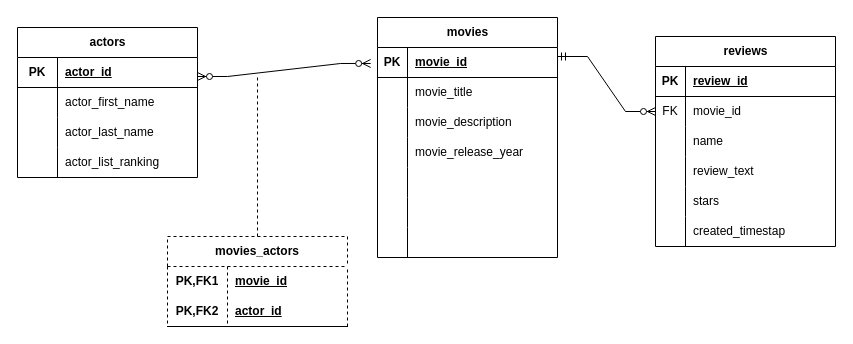
techydude9/2024-09-BE-Coding-Assignments keeps this draw.io diagram as Final Project/Ruzga BE FINAL movie db schema.drawio. Above is the earlier version. Source tidied: cells renumbered, new cells numbered last; positions are measured from the earlier drawing's top-left corner, leaving out a move shared by most shapes. Both pictures are drawn from the tidied source at 100%, with x=0, y=0 at pixel (17, 17).
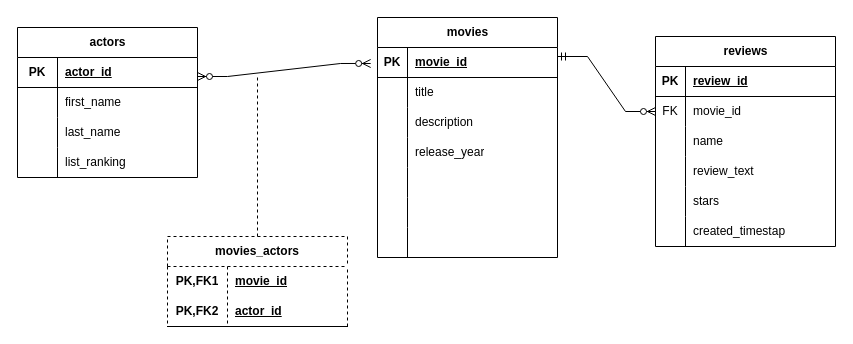
The same page after the edit.

Commit message (it also covers changes not shown here):
Final Project - Post Movie successfully working

The change refers to these unchanged cells:
```xml
<mxCell id="6" style="shape=tableRow;horizontal=0;startSize=0;swimlaneHead=0;swimlaneBody=0;fillColor=none;top=0;left=0;right=0;bottom=0;" parent="2" vertex="1">
  <mxGeometry y="60" width="180" height="30" as="geometry" />
</mxCell>
<mxCell id="9" style="shape=tableRow;horizontal=0;startSize=0;swimlaneHead=0;swimlaneBody=0;fillColor=none;top=0;left=0;right=0;bottom=0;" parent="2" vertex="1">
  <mxGeometry y="90" width="180" height="30" as="geometry" />
</mxCell>
<mxCell id="12" style="shape=tableRow;horizontal=0;startSize=0;swimlaneHead=0;swimlaneBody=0;fillColor=none;top=0;left=0;right=0;bottom=0;" parent="2" vertex="1">
  <mxGeometry y="120" width="180" height="30" as="geometry" />
</mxCell>
<mxCell id="47" style="shape=tableRow;horizontal=0;startSize=0;swimlaneHead=0;swimlaneBody=0;fillColor=none;top=0;left=0;right=0;bottom=0;" parent="43" vertex="1">
  <mxGeometry y="60" width="180" height="30" as="geometry" />
</mxCell>
<mxCell id="50" style="shape=tableRow;horizontal=0;startSize=0;swimlaneHead=0;swimlaneBody=0;fillColor=none;top=0;left=0;right=0;bottom=0;" parent="43" vertex="1">
  <mxGeometry y="90" width="180" height="30" as="geometry" />
</mxCell>
<mxCell id="53" style="shape=tableRow;horizontal=0;startSize=0;swimlaneHead=0;swimlaneBody=0;fillColor=none;top=0;left=0;right=0;bottom=0;" parent="43" vertex="1">
  <mxGeometry y="120" width="180" height="30" as="geometry" />
</mxCell>
```

What changed in the source:
```diff
@@
-    <mxCell id="8" value="movie_title" style="shape=partialRectangle;fillColor=none;top=0;left=0;bottom=0;right=0;align=left;spacingLeft=6;overflow=hidden;whiteSpace=wrap;html=1;" parent="6" vertex="1">
+    <mxCell id="8" value="title" style="shape=partialRectangle;fillColor=none;top=0;left=0;bottom=0;right=0;align=left;spacingLeft=6;overflow=hidden;whiteSpace=wrap;html=1;" parent="6" vertex="1">
       <mxGeometry x="30" width="150" height="30" as="geometry" />
     </mxCell>
@@
-    <mxCell id="11" value="movie_description" style="shape=partialRectangle;fillColor=none;top=0;left=0;bottom=0;right=0;align=left;spacingLeft=6;overflow=hidden;whiteSpace=wrap;html=1;" parent="9" vertex="1">
+    <mxCell id="11" value="description" style="shape=partialRectangle;fillColor=none;top=0;left=0;bottom=0;right=0;align=left;spacingLeft=6;overflow=hidden;whiteSpace=wrap;html=1;" parent="9" vertex="1">
       <mxGeometry x="30" width="150" height="30" as="geometry" />
     </mxCell>
@@
-    <mxCell id="14" value="movie_release_year" style="shape=partialRectangle;fillColor=none;top=0;left=0;bottom=0;right=0;align=left;spacingLeft=6;overflow=hidden;whiteSpace=wrap;html=1;" parent="12" vertex="1">
+    <mxCell id="14" value="release_year" style="shape=partialRectangle;fillColor=none;top=0;left=0;bottom=0;right=0;align=left;spacingLeft=6;overflow=hidden;whiteSpace=wrap;html=1;" parent="12" vertex="1">
       <mxGeometry x="30" width="150" height="30" as="geometry" />
     </mxCell>
@@
-    <mxCell id="49" value="actor_first_name" style="shape=partialRectangle;fillColor=none;top=0;left=0;bottom=0;right=0;align=left;spacingLeft=6;overflow=hidden;whiteSpace=wrap;html=1;" parent="47" vertex="1">
+    <mxCell id="49" value="first_name" style="shape=partialRectangle;fillColor=none;top=0;left=0;bottom=0;right=0;align=left;spacingLeft=6;overflow=hidden;whiteSpace=wrap;html=1;" parent="47" vertex="1">
       <mxGeometry x="40" width="140" height="30" as="geometry" />
     </mxCell>
@@
-    <mxCell id="52" value="actor_last_name" style="shape=partialRectangle;fillColor=none;top=0;left=0;bottom=0;right=0;align=left;spacingLeft=6;overflow=hidden;whiteSpace=wrap;html=1;" parent="50" vertex="1">
+    <mxCell id="52" value="last_name" style="shape=partialRectangle;fillColor=none;top=0;left=0;bottom=0;right=0;align=left;spacingLeft=6;overflow=hidden;whiteSpace=wrap;html=1;" parent="50" vertex="1">
       <mxGeometry x="40" width="140" height="30" as="geometry" />
     </mxCell>
@@
-    <mxCell id="55" value="actor_list_ranking" style="shape=partialRectangle;fillColor=none;top=0;left=0;bottom=0;right=0;align=left;spacingLeft=6;overflow=hidden;whiteSpace=wrap;html=1;" parent="53" vertex="1">
+    <mxCell id="55" value="list_ranking" style="shape=partialRectangle;fillColor=none;top=0;left=0;bottom=0;right=0;align=left;spacingLeft=6;overflow=hidden;whiteSpace=wrap;html=1;" parent="53" vertex="1">
       <mxGeometry x="40" width="140" height="30" as="geometry" />
     </mxCell>
```
